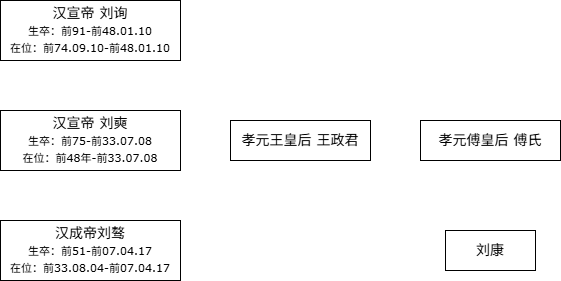
Earlier version of the draw.io export pic/西汉历代皇帝.drawio.png (guxdong/imgrepo). Source tidied: cells renumbered, new cells last; positions are measured from the earlier drawing's top-left corner, leaving out a move shared by most shapes.
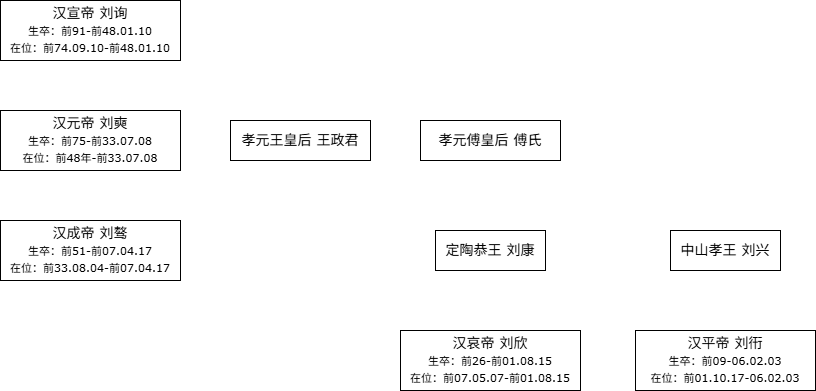
Above is the later version.

Commit message:
更新西汉历代皇帝.drawio.png

What changed in the source:
```diff
@@ -5,7 +5,7 @@
     <mxCell id="2" value="汉宣帝 刘询&lt;div&gt;&lt;font style=&quot;font-size: 11px;&quot;&gt;生卒：前91-前48.01.10&lt;/font&gt;&lt;/div&gt;&lt;div&gt;&lt;font style=&quot;font-size: 11px;&quot;&gt;在位：前74.09.10-前48.01.10&lt;/font&gt;&lt;/div&gt;" style="rounded=0;whiteSpace=wrap;html=1;fontFamily=Verdana;fontSize=14;" parent="1" vertex="1">
       <mxGeometry width="180" height="60" as="geometry" />
     </mxCell>
-    <mxCell id="3" value="汉宣帝 刘奭&lt;div&gt;&lt;font style=&quot;font-size: 11px;&quot;&gt;生卒：前75-前33.07.08&lt;/font&gt;&lt;/div&gt;&lt;div&gt;&lt;font style=&quot;font-size: 11px;&quot;&gt;在位：前48年-前33&lt;/font&gt;&lt;span style=&quot;font-size: 11px; background-color: transparent; color: light-dark(rgb(0, 0, 0), rgb(255, 255, 255));&quot;&gt;.07.08&lt;/span&gt;&lt;/div&gt;" style="rounded=0;whiteSpace=wrap;html=1;fontFamily=Verdana;fontSize=14;" parent="1" vertex="1">
+    <mxCell id="3" value="汉元帝 刘奭&lt;div&gt;&lt;font style=&quot;font-size: 11px;&quot;&gt;生卒：前75-前33.07.08&lt;/font&gt;&lt;/div&gt;&lt;div&gt;&lt;font style=&quot;font-size: 11px;&quot;&gt;在位：前48年-前33&lt;/font&gt;&lt;span style=&quot;font-size: 11px; background-color: transparent; color: light-dark(rgb(0, 0, 0), rgb(255, 255, 255));&quot;&gt;.07.08&lt;/span&gt;&lt;/div&gt;" style="rounded=0;whiteSpace=wrap;html=1;fontFamily=Verdana;fontSize=14;" parent="1" vertex="1">
       <mxGeometry y="110" width="180" height="60" as="geometry" />
     </mxCell>
     <mxCell id="4" value="&lt;span style=&quot;font-family: Verdana; font-size: 14px;&quot;&gt;孝元王皇后 王政君&lt;/span&gt;" style="rounded=0;whiteSpace=wrap;html=1;" parent="1" vertex="1">
@@ -14,11 +14,20 @@
     <mxCell id="5" value="&lt;font face=&quot;Verdana&quot;&gt;&lt;span style=&quot;font-size: 14px;&quot;&gt;孝元傅皇后 傅氏&lt;/span&gt;&lt;/font&gt;" style="rounded=0;whiteSpace=wrap;html=1;" parent="1" vertex="1">
       <mxGeometry x="420" y="120" width="140" height="40" as="geometry" />
     </mxCell>
-    <mxCell id="6" value="汉成帝刘骜&lt;div&gt;&lt;font style=&quot;font-size: 11px;&quot;&gt;生卒：前51-前07.04.17&lt;/font&gt;&lt;/div&gt;&lt;div&gt;&lt;font style=&quot;font-size: 11px;&quot;&gt;在位：&lt;/font&gt;&lt;span style=&quot;background-color: transparent; font-size: 11px;&quot;&gt;前33.08.04-前07.04.17&lt;/span&gt;&lt;/div&gt;" style="rounded=0;whiteSpace=wrap;html=1;fontFamily=Verdana;fontSize=14;" parent="1" vertex="1">
+    <mxCell id="6" value="汉成帝 刘骜&lt;div&gt;&lt;font style=&quot;font-size: 11px;&quot;&gt;生卒：前51-前07.04.17&lt;/font&gt;&lt;/div&gt;&lt;div&gt;&lt;font style=&quot;font-size: 11px;&quot;&gt;在位：&lt;/font&gt;&lt;span style=&quot;background-color: transparent; font-size: 11px;&quot;&gt;前33.08.04-前07.04.17&lt;/span&gt;&lt;/div&gt;" style="rounded=0;whiteSpace=wrap;html=1;fontFamily=Verdana;fontSize=14;" parent="1" vertex="1">
       <mxGeometry y="220" width="180" height="60" as="geometry" />
     </mxCell>
-    <mxCell id="7" value="&lt;font face=&quot;Verdana&quot;&gt;&lt;span style=&quot;font-size: 14px;&quot;&gt;刘康&lt;/span&gt;&lt;/font&gt;" style="rounded=0;whiteSpace=wrap;html=1;" parent="1" vertex="1">
-      <mxGeometry x="445" y="230" width="90" height="40" as="geometry" />
+    <mxCell id="7" value="&lt;font face=&quot;Verdana&quot;&gt;&lt;span style=&quot;font-size: 14px;&quot;&gt;定陶恭王 刘康&lt;/span&gt;&lt;/font&gt;" style="rounded=0;whiteSpace=wrap;html=1;" parent="1" vertex="1">
+      <mxGeometry x="435" y="230" width="110" height="40" as="geometry" />
     </mxCell>
+    <mxCell id="8" value="&lt;font face=&quot;Verdana&quot;&gt;&lt;span style=&quot;font-size: 14px;&quot;&gt;中山孝王 刘兴&lt;/span&gt;&lt;/font&gt;" style="rounded=0;whiteSpace=wrap;html=1;" parent="1" vertex="1">
+      <mxGeometry x="670" y="230" width="110" height="40" as="geometry" />
+    </mxCell>
+    <mxCell id="9" value="汉平帝 刘衎&lt;br&gt;&lt;div&gt;&lt;font style=&quot;font-size: 11px;&quot;&gt;生卒：前09-06.02.03&lt;/font&gt;&lt;/div&gt;&lt;div&gt;&lt;font style=&quot;font-size: 11px;&quot;&gt;在位：&lt;/font&gt;&lt;span style=&quot;background-color: transparent; font-size: 11px;&quot;&gt;前01.10.17-&lt;/span&gt;&lt;span style=&quot;background-color: transparent; font-size: 11px;&quot;&gt;06.02.03&lt;/span&gt;&lt;/div&gt;" style="rounded=0;whiteSpace=wrap;html=1;fontFamily=Verdana;fontSize=14;" parent="1" vertex="1">
+      <mxGeometry x="635" y="330" width="180" height="60" as="geometry" />
+    </mxCell>
+    <mxCell id="10" value="汉哀帝 刘欣&lt;div&gt;&lt;font style=&quot;font-size: 11px;&quot;&gt;生卒：前26-前01.08.15&lt;/font&gt;&lt;/div&gt;&lt;div&gt;&lt;font style=&quot;font-size: 11px;&quot;&gt;在位：&lt;/font&gt;&lt;span style=&quot;background-color: transparent; font-size: 11px;&quot;&gt;前07.05.07-前01.08.15&lt;/span&gt;&lt;/div&gt;" style="rounded=0;whiteSpace=wrap;html=1;fontFamily=Verdana;fontSize=14;" parent="1" vertex="1">
+      <mxGeometry x="400" y="330" width="180" height="60" as="geometry" />
+    </mxCell>
   </root>
 </mxGraphModel>
```
